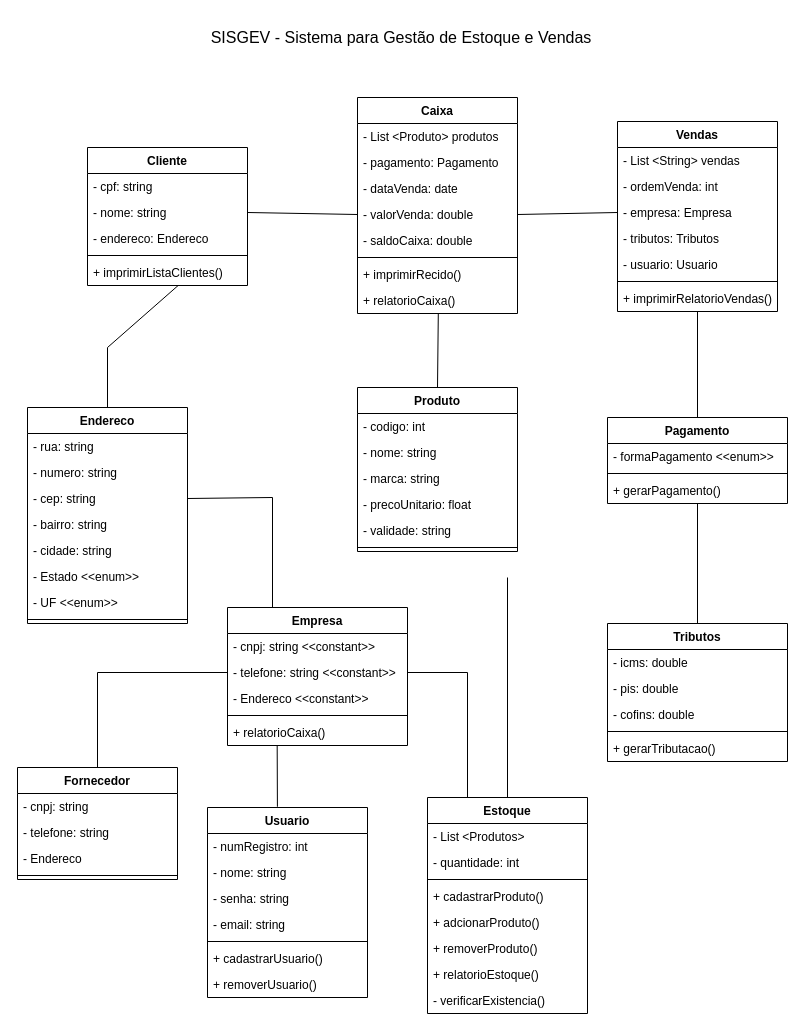
Earlier version of the draw.io diagram Diagrama/1.0.1/Diagrama de Classes - SISGEV.drawio (igormanoels/SISGEV). Source tidied: cells renumbered, new cells numbered last; positions are measured from the earlier drawing's top-left corner, leaving out a move shared by most shapes. Both pictures are drawn from the tidied source at 100%, with x=0, y=0 at pixel (17, 17).
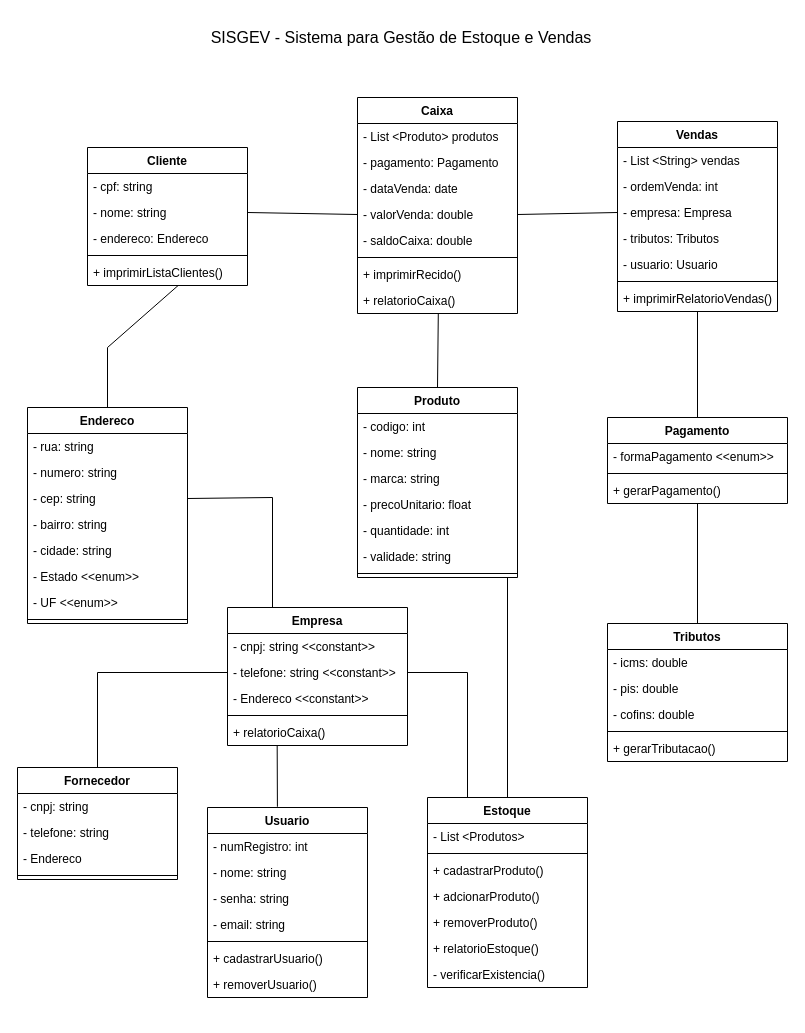
The same diagram, later.

Commit message (it also covers changes not shown here):
Conclusão das classes Estoque e Produto.

Change to the diagram source:
```diff
@@
     <mxCell id="2" value="Produto" style="swimlane;fontStyle=1;align=center;verticalAlign=top;horizontal=1;startSize=26;whiteSpace=wrap;html=1;" parent="1" vertex="1">
-      <mxGeometry x="340" y="370" width="160" height="164" as="geometry" />
+      <mxGeometry x="340" y="370" width="160" height="190" as="geometry" />
     </mxCell>
@@
+    <mxCell id="11" value="- quantidade: int" style="text;strokeColor=none;fillColor=none;align=left;verticalAlign=top;spacingLeft=4;spacingRight=4;overflow=hidden;whiteSpace=wrap;html=1;" parent="2" vertex="1">
+      <mxGeometry y="130" width="160" height="26" as="geometry" />
+    </mxCell>
     <mxCell id="7" value="- validade: string" style="text;strokeColor=none;fillColor=none;align=left;verticalAlign=top;spacingLeft=4;spacingRight=4;overflow=hidden;whiteSpace=wrap;html=1;" parent="2" vertex="1">
-      <mxGeometry y="130" width="160" height="26" as="geometry" />
+      <mxGeometry y="156" width="160" height="26" as="geometry" />
     </mxCell>
     <mxCell id="8" style="line;strokeWidth=1;fillColor=none;align=left;verticalAlign=middle;spacingTop=-1;spacingLeft=3;spacingRight=3;labelPosition=right;strokeColor=inherit;" parent="2" vertex="1">
-      <mxGeometry y="156" width="160" height="8" as="geometry" />
+      <mxGeometry y="182" width="160" height="8" as="geometry" />
     </mxCell>
     <mxCell id="9" value="Estoque" style="swimlane;fontStyle=1;align=center;verticalAlign=top;horizontal=1;startSize=26;whiteSpace=wrap;html=1;" parent="1" vertex="1">
-      <mxGeometry x="410" y="780" width="160" height="216" as="geometry" />
+      <mxGeometry x="410" y="780" width="160" height="190" as="geometry" />
     </mxCell>
@@
-    <mxCell id="11" value="- quantidade: int" style="text;strokeColor=none;fillColor=none;align=left;verticalAlign=top;spacingLeft=4;spacingRight=4;overflow=hidden;whiteSpace=wrap;html=1;" parent="9" vertex="1">
-      <mxGeometry y="52" width="160" height="26" as="geometry" />
-    </mxCell>
     <mxCell id="12" style="line;strokeWidth=1;fillColor=none;align=left;verticalAlign=middle;spacingTop=-1;spacingLeft=3;spacingRight=3;labelPosition=right;strokeColor=inherit;" parent="9" vertex="1">
-      <mxGeometry y="78" width="160" height="8" as="geometry" />
+      <mxGeometry y="52" width="160" height="8" as="geometry" />
     </mxCell>
     <mxCell id="13" value="+ cadastrarProduto()" style="text;strokeColor=none;fillColor=none;align=left;verticalAlign=top;spacingLeft=4;spacingRight=4;overflow=hidden;whiteSpace=wrap;html=1;" parent="9" vertex="1">
-      <mxGeometry y="86" width="160" height="26" as="geometry" />
+      <mxGeometry y="60" width="160" height="26" as="geometry" />
     </mxCell>
     <mxCell id="14" value="+ adcionarProduto()" style="text;strokeColor=none;fillColor=none;align=left;verticalAlign=top;spacingLeft=4;spacingRight=4;overflow=hidden;whiteSpace=wrap;html=1;" parent="9" vertex="1">
-      <mxGeometry y="112" width="160" height="26" as="geometry" />
+      <mxGeometry y="86" width="160" height="26" as="geometry" />
     </mxCell>
     <mxCell id="15" value="+ removerProduto()" style="text;strokeColor=none;fillColor=none;align=left;verticalAlign=top;spacingLeft=4;spacingRight=4;overflow=hidden;whiteSpace=wrap;html=1;" parent="9" vertex="1">
-      <mxGeometry y="138" width="160" height="26" as="geometry" />
+      <mxGeometry y="112" width="160" height="26" as="geometry" />
     </mxCell>
     <mxCell id="16" value="+ relatorioEstoque()" style="text;strokeColor=none;fillColor=none;align=left;verticalAlign=top;spacingLeft=4;spacingRight=4;overflow=hidden;whiteSpace=wrap;html=1;" parent="9" vertex="1">
-      <mxGeometry y="164" width="160" height="26" as="geometry" />
+      <mxGeometry y="138" width="160" height="26" as="geometry" />
     </mxCell>
     <mxCell id="17" value="- verificarExistencia()" style="text;strokeColor=none;fillColor=none;align=left;verticalAlign=top;spacingLeft=4;spacingRight=4;overflow=hidden;whiteSpace=wrap;html=1;" parent="9" vertex="1">
-      <mxGeometry y="190" width="160" height="26" as="geometry" />
+      <mxGeometry y="164" width="160" height="26" as="geometry" />
     </mxCell>
```
